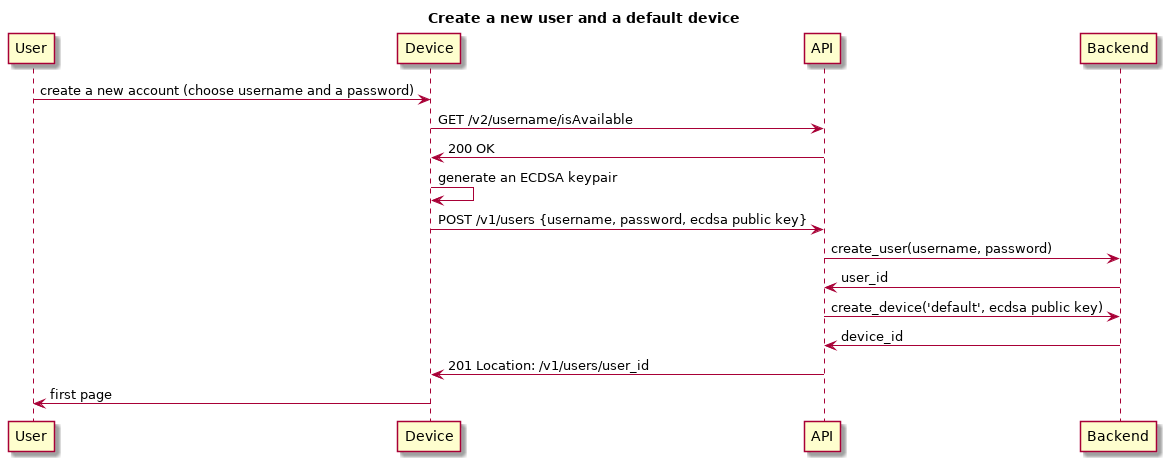
Above: doc/UML/create_user_and_device.png in dgramop/Caliopen (PlantUML), before the change. The source it was exported from:
```plantuml
@startuml

title Create a new user and a default device

User -> Device: create a new account (choose username and a password)
Device -> API: GET /v2/username/isAvailable
API -> Device: 200 OK
Device -> Device: generate an ECDSA keypair
Device -> API: POST /v1/users {username, password, ecdsa public key}
API -> Backend: create_user(username, password)
Backend -> API: user_id
API -> Backend: create_device('default', ecdsa public key)
Backend-> API: device_id
API -> Device: 201 Location: /v1/users/user_id
Device -> User: first page

@enduml
```
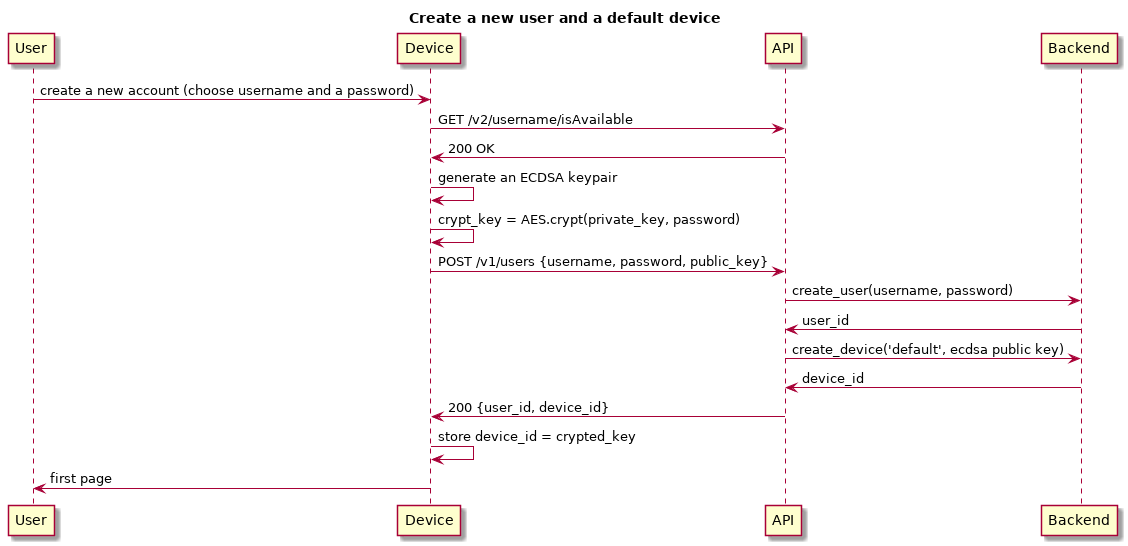
Above is the later version.

Commit message:
Store AES crypted private key in Device

What changed in the source:
```diff
@@ -5,13 +5,18 @@
 User -> Device: create a new account (choose username and a password)
 Device -> API: GET /v2/username/isAvailable
 API -> Device: 200 OK
+
 Device -> Device: generate an ECDSA keypair
-Device -> API: POST /v1/users {username, password, ecdsa public key}
+Device -> Device: crypt_key = AES.crypt(private_key, password)
+
+Device -> API: POST /v1/users {username, password, public_key}
 API -> Backend: create_user(username, password)
 Backend -> API: user_id
 API -> Backend: create_device('default', ecdsa public key)
 Backend-> API: device_id
-API -> Device: 201 Location: /v1/users/user_id
+API -> Device: 200 {user_id, device_id}
+
+Device -> Device: store device_id = crypted_key
 Device -> User: first page
 
 @enduml
```
